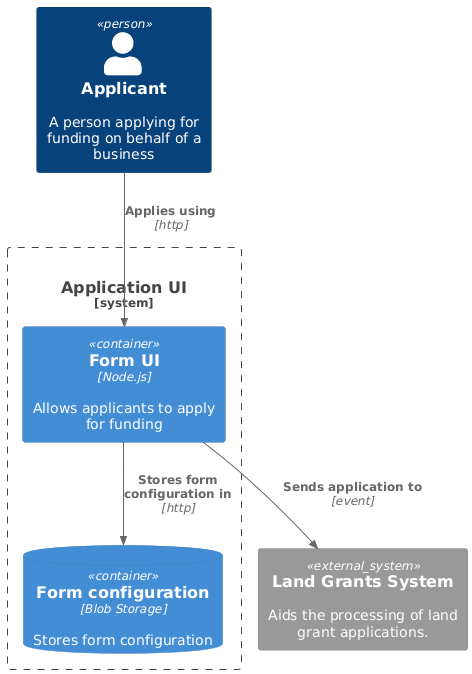
BugBareDrums/temp-frps-cdp keeps this PlantUML diagram as docs/_export/Application UI Container.png. Above is the earlier version.
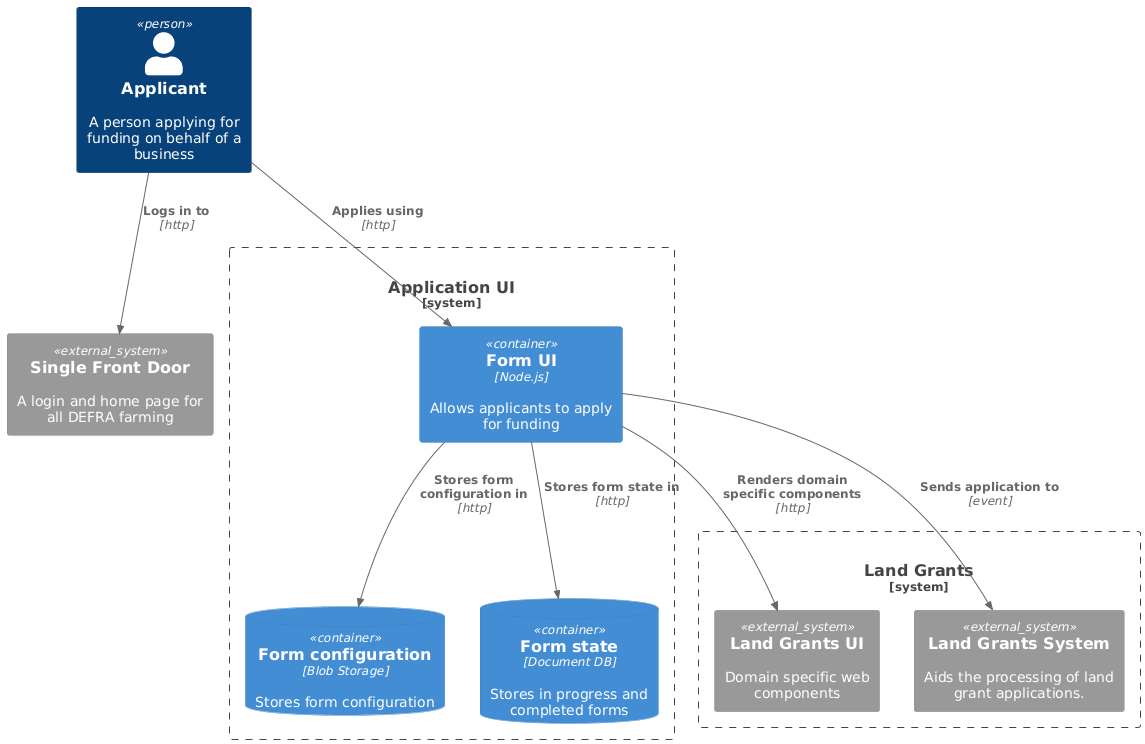
The same file after the commit.

What changed in the source:
```diff
@@ -15,7 +15,7 @@
   !endprocedure
 
   !procedure applicationUi($type = "internal")
-      $system($type, "applicationUi", "Application UI", "Hosts a funding application form web pages.")
+      $system($type, "applicationUi", "Application UI", "Hosts a funding application form web pages. Shared service between RPS, FETF and any other funding areas.")
   !endprocedure
 
   !procedure applicationManagement($type = "internal")
@@ -30,6 +30,10 @@
     $system($type, "arcGis", "ArcGIS", "A system providing land data and geospatial processing")
   !endprocedure
 
+  !procedure agreementSystem($type = "external")
+    $system($type, "agreementSystem", "Agreement Service", "System of record for active and historic agreements")
+  !endprocedure
+
   !procedure paymentHub()
     $system("external", "paymentHub", "Payment Hub", "A system for processing payments")
   !endprocedure
@@ -38,8 +42,12 @@
     $system("external", "fraudService", "Fraud Service", "Access to fraud markers Fraud status assessment")
   !endprocedure
 
-  !procedure agreementService()
-    $system("external", "agreementService", "Agreement Service", "A service for creation of agreements, payment schedules and (contract signing?)")
+  !procedure singleFrontDoor()
+    $system("external", "singleFrontDoor", "Single Front Door", "A login and home page for all DEFRA farming")
+  !endprocedure
+
+  !procedure identity()
+    $system("external", "identity", "DEFRA.Identity", "A system for managing user identities")
   !endprocedure
 
   !procedure lms()
@@ -52,6 +60,10 @@
 
   !procedure landService($type = "external")
     $system($type, "landService", "Land Service", "A facade service for retrieving land data and performing geospatial processing")
+  !endprocedure
+
+  !procedure grantApplicationService($type = "external")
+    $system($type, "grantApplicationService", "Grant Application Service", "System of record for grant applications and definitions")
   !endprocedure
   !include https://raw.githubusercontent.com/plantuml-stdlib/C4-PlantUML/master/C4_Container.puml
 
@@ -67,15 +79,26 @@
     Person(operationsProcessor, "Operations Processor", "A person responsible for assisting in the application process")
   !endprocedure
 
-  landGrants("external")
+
   applicant()
+  singleFrontDoor()
+
+  System_Boundary(landGrantsDomain, "Land Grants") {
+    System_Ext(landGrantsUi, "Land Grants UI", "Domain specific web components")
+    landGrants("external")
+  }
+
 
   System_Boundary(applicationUi, "Application UI") {
     Container(webApp, "Form UI", "Node.js", "Allows applicants to apply for funding")
-    ContainerDb(db, "Form configuration", "Blob Storage", "Stores form configuration")
+    ContainerDb(configDb, "Form configuration", "Blob Storage", "Stores form configuration")
+    ContainerDb(stateDb, "Form state", "Document DB", "Stores in progress and completed forms")
   }
 
+  Rel(applicant, singleFrontDoor, "Logs in to", "http")
   Rel(applicant, webApp, "Applies using", "http")
   Rel(webApp, landGrants, "Sends application to", "event")
-  Rel(webApp, db, "Stores form configuration in", "http")
+  Rel(webApp, configDb, "Stores form configuration in", "http")
+  Rel(webApp, stateDb, "Stores form state in", "http")
+  Rel(webApp, landGrantsUi, "Renders domain specific components", "http")
 @enduml
```
